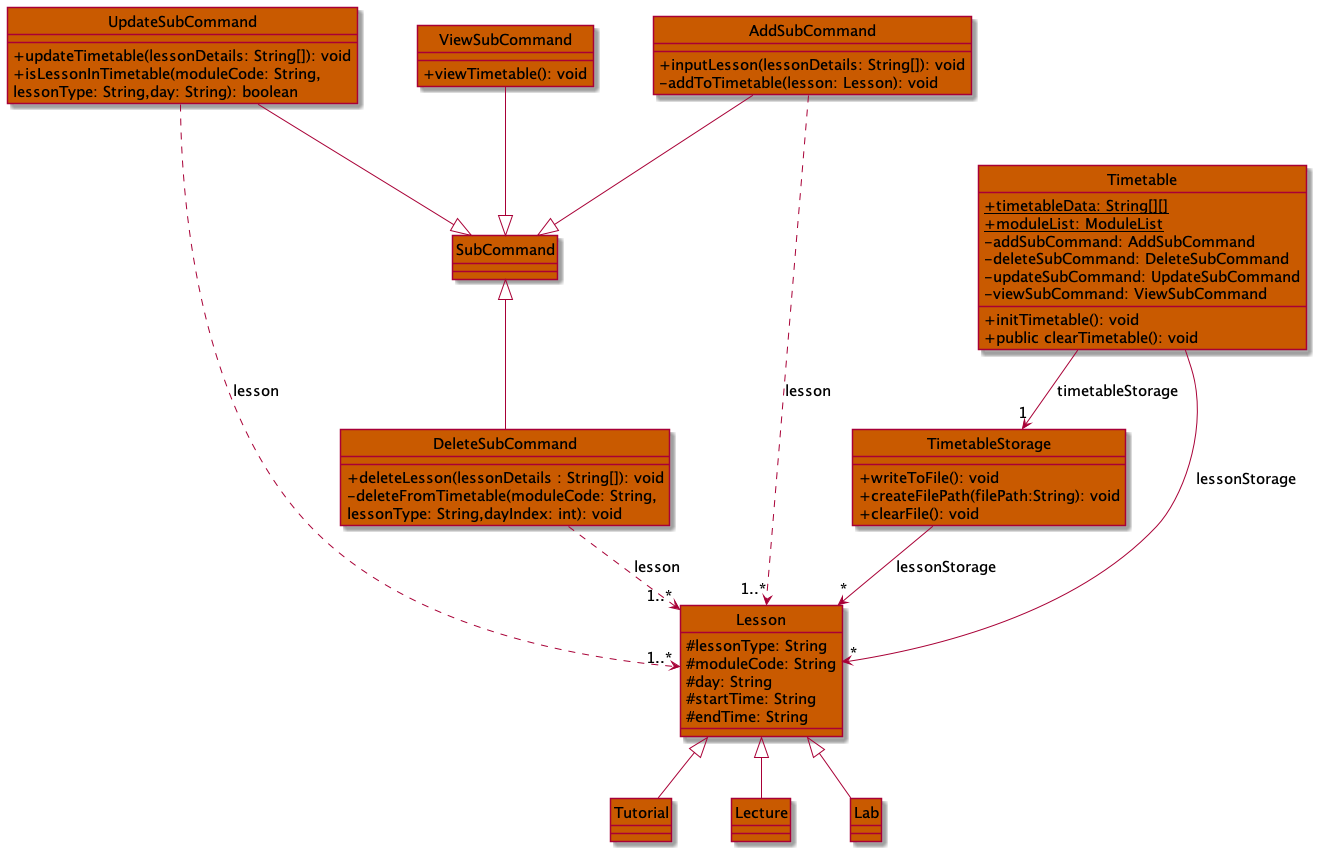
Earlier version of the PlantUML export docs/assets/images/TimetableClassDiagram.png (shyamgj1900/tp).
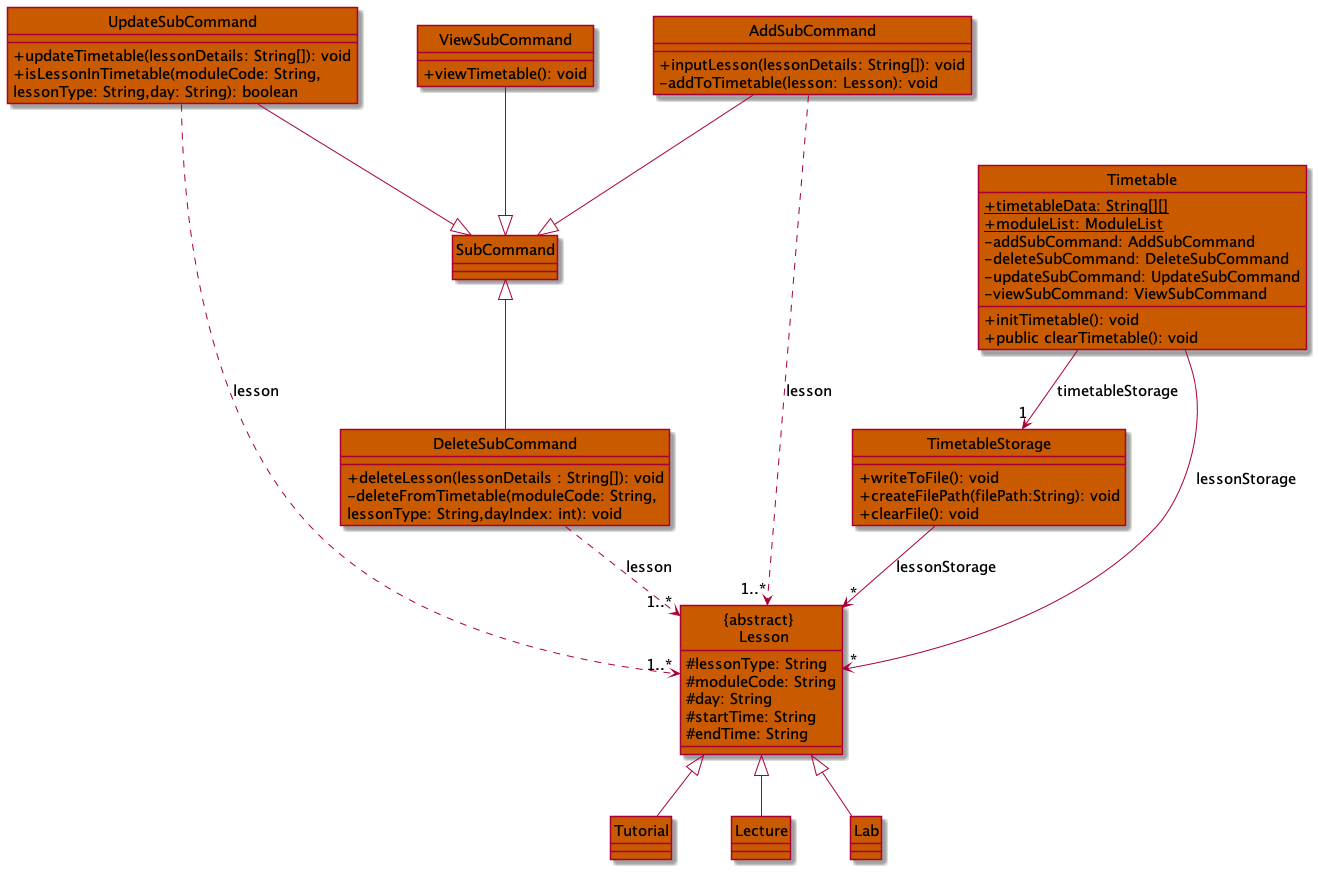
After the commit.

The edit, as a diff of the source:
```diff
@@ -10,7 +10,7 @@
 class DeleteSubCommand
 
 
-class Lesson
+class "ABSTRACT \n Lesson"
 class Tutorial
 class Lecture
 class TimetableStorage
@@ -22,17 +22,18 @@
 AddSubCommand --^ SubCommand
 UpdateSubCommand --^ SubCommand
 
-Lesson ^-- Lecture
-Lesson ^-- Tutorial
-Lesson ^-- Lab
+"ABSTRACT \n Lesson" ^-- Lecture
+"ABSTRACT \n Lesson" ^-- Tutorial
+"ABSTRACT \n Lesson" ^-- Lab
 
-AddSubCommand ..> "1..*" Lesson : lesson
-DeleteSubCommand ..> "1..*" Lesson : lesson
-UpdateSubCommand ..> "1..*" Lesson : lesson
+AddSubCommand ..> "1..*" "ABSTRACT \n Lesson" : lesson
+DeleteSubCommand ..> "1..*" "ABSTRACT \n Lesson" : lesson
+UpdateSubCommand ..> "1..*" "ABSTRACT \n Lesson" : lesson
 Timetable --> "1" TimetableStorage : timetableStorage
-Timetable --> "*" Lesson : lessonStorage
+Timetable --> "*" "ABSTRACT \n Lesson" : lessonStorage
 
-TimetableStorage --> "*" Lesson : lessonStorage
+
+TimetableStorage --> "*" "ABSTRACT \n Lesson" : lessonStorage
 
 class Timetable TIMETABLE_COLOR {
     + {static} timetableData: String[][]
@@ -43,8 +44,6 @@
     - viewSubCommand: ViewSubCommand
     + initTimetable(): void
     + public clearTimetable(): void
-
-
 }
 
 class TimetableStorage TIMETABLE_COLOR {
@@ -76,7 +75,7 @@
 lessonType: String,day: String): boolean
 }
 
-class Lesson TIMETABLE_COLOR {
+class "ABSTRACT \n Lesson" TIMETABLE_COLOR {
     # lessonType: String
     # moduleCode: String
     # day: String
@@ -85,15 +84,19 @@
 }
 
 class Tutorial TIMETABLE_COLOR {
+
 }
 
 class Lecture TIMETABLE_COLOR {
+
 }
 
 class Lab TIMETABLE_COLOR {
+
 }
 
 class SubCommand TIMETABLE_COLOR {
+
 }
 
 
```
